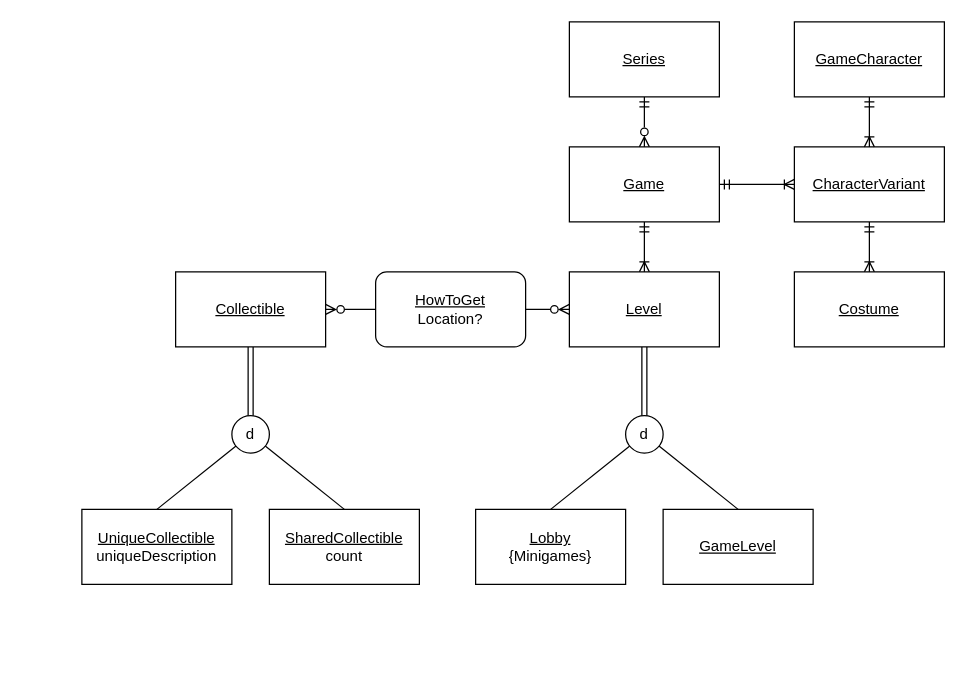
The draw.io diagram diagrams/ER diagram.drawio in Zachareee/redygg, before the edit. Source tidied: cells renumbered, new cells numbered last; positions are measured from the earlier drawing's top-left corner, leaving out a move shared by most shapes. Both pictures are drawn from the tidied source at 125%, with x=0, y=0 at pixel (81, 21).
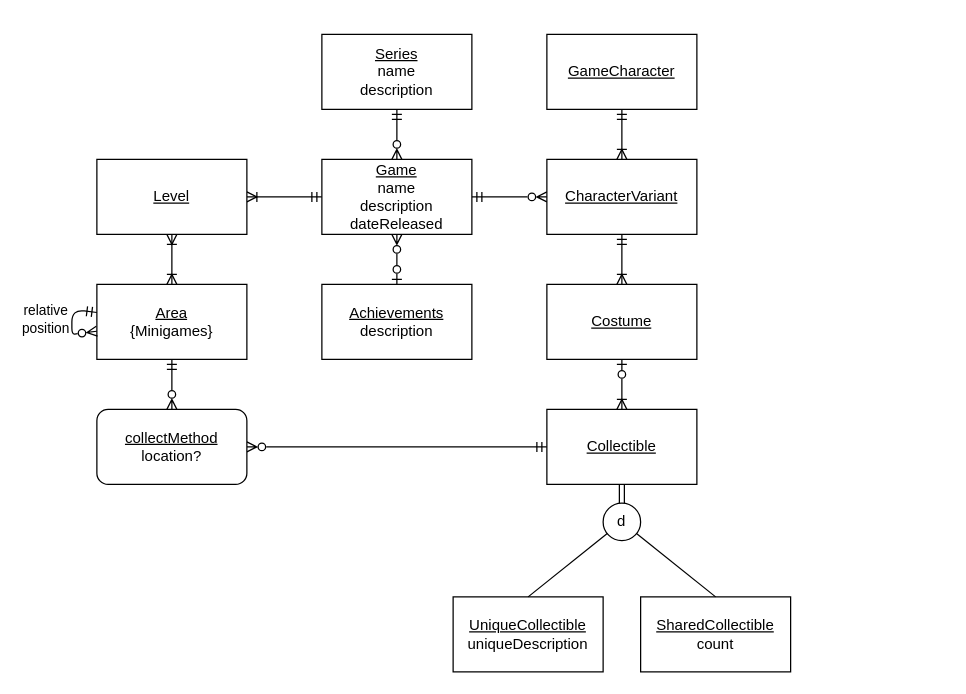
After the change.

What changed in the source:
```diff
@@
-    <mxCell id="3" value="&lt;u&gt;Series&lt;/u&gt;" style="rounded=0;whiteSpace=wrap;html=1;" parent="1" vertex="1">
-      <mxGeometry x="390" width="120" height="60" as="geometry" />
+    <mxCell id="3" value="&lt;u&gt;Series&lt;/u&gt;&lt;br&gt;name&lt;br&gt;description" style="rounded=0;whiteSpace=wrap;html=1;" parent="1" vertex="1">
+      <mxGeometry x="192" y="10" width="120" height="60" as="geometry" />
     </mxCell>
-    <mxCell id="4" style="edgeStyle=orthogonalEdgeStyle;rounded=0;jettySize=auto;html=1;startArrow=ERmandOne;startFill=0;endArrow=ERoneToMany;endFill=0;" parent="1" edge="1" source="6" target="7">
+    <mxCell id="4" style="edgeStyle=orthogonalEdgeStyle;rounded=0;jettySize=auto;html=1;startArrow=ERmandOne;startFill=0;endArrow=ERzeroToMany;endFill=0;" parent="1" edge="1" source="6" target="7">
       <mxGeometry relative="1" as="geometry" />
     </mxCell>
@@
-    <mxCell id="6" value="&lt;u&gt;Game&lt;/u&gt;" style="rounded=0;whiteSpace=wrap;html=1;" parent="1" vertex="1">
-      <mxGeometry x="390" y="100" width="120" height="60" as="geometry" />
+    <mxCell id="6" value="&lt;u&gt;Game&lt;br&gt;&lt;/u&gt;name&lt;br&gt;description&lt;br&gt;dateReleased" style="rounded=0;whiteSpace=wrap;html=1;" parent="1" vertex="1">
+      <mxGeometry x="192" y="110" width="120" height="60" as="geometry" />
     </mxCell>
     <mxCell id="7" value="&lt;u&gt;CharacterVariant&lt;/u&gt;" style="rounded=0;whiteSpace=wrap;html=1;" parent="1" vertex="1">
-      <mxGeometry x="570" y="100" width="120" height="60" as="geometry" />
+      <mxGeometry x="372" y="110" width="120" height="60" as="geometry" />
     </mxCell>
@@
     <mxCell id="9" value="&lt;u&gt;GameCharacter&lt;/u&gt;" style="rounded=0;whiteSpace=wrap;html=1;" parent="1" vertex="1">
-      <mxGeometry x="570" width="120" height="60" as="geometry" />
+      <mxGeometry x="372" y="10" width="120" height="60" as="geometry" />
     </mxCell>
-    <mxCell id="10" style="edgeStyle=orthogonalEdgeStyle;rounded=0;jettySize=auto;html=1;endArrow=none;endFill=0;shape=link;" parent="1" edge="1" source="12" target="17">
-      <mxGeometry relative="1" as="geometry" />
-    </mxCell>
-    <mxCell id="11" style="edgeStyle=orthogonalEdgeStyle;rounded=0;jettySize=auto;html=1;endArrow=ERzeroToMany;endFill=0;startArrow=none;startFill=0;" parent="1" edge="1" source="28" target="21">
-      <mxGeometry relative="1" as="geometry" />
+    <mxCell id="11" style="edgeStyle=orthogonalEdgeStyle;rounded=0;jettySize=auto;html=1;endArrow=ERmandOne;endFill=0;startArrow=ERzeroToMany;startFill=0;" parent="1" edge="1" source="28" target="21">
+      <mxGeometry relative="1" as="geometry">
+        <Array as="points">
+          <mxPoint x="252" y="340" />
+        </Array>
+      </mxGeometry>
     </mxCell>
     <mxCell id="12" value="&lt;u&gt;Level&lt;/u&gt;" style="rounded=0;whiteSpace=wrap;html=1;" parent="1" vertex="1">
-      <mxGeometry x="390" y="200" width="120" height="60" as="geometry" />
+      <mxGeometry x="12" y="110" width="120" height="60" as="geometry" />
     </mxCell>
@@
+    <mxCell id="29" style="edgeStyle=none;html=1;startArrow=ERzeroToOne;startFill=0;endArrow=ERoneToMany;endFill=0;" parent="1" edge="1" source="14" target="21">
+      <mxGeometry relative="1" as="geometry" />
+    </mxCell>
     <mxCell id="14" value="&lt;u&gt;Costume&lt;/u&gt;" style="rounded=0;whiteSpace=wrap;html=1;" parent="1" vertex="1">
-      <mxGeometry x="570" y="200" width="120" height="60" as="geometry" />
+      <mxGeometry x="372" y="210" width="120" height="60" as="geometry" />
     </mxCell>
-    <mxCell id="15" style="rounded=0;jettySize=auto;html=1;entryX=0.5;entryY=0;entryDx=0;entryDy=0;endArrow=none;endFill=0;" parent="1" edge="1" source="17" target="18">
-      <mxGeometry relative="1" as="geometry" />
-    </mxCell>
-    <mxCell id="16" style="rounded=0;jettySize=auto;html=1;entryX=0.5;entryY=0;entryDx=0;entryDy=0;endArrow=none;endFill=0;" parent="1" edge="1" source="17" target="19">
-      <mxGeometry relative="1" as="geometry" />
-    </mxCell>
-    <mxCell id="17" value="d" style="ellipse;whiteSpace=wrap;html=1;" parent="1" vertex="1">
-      <mxGeometry x="435" y="315" width="30" height="30" as="geometry" />
-    </mxCell>
-    <mxCell id="18" value="&lt;u&gt;Lobby&lt;/u&gt;&lt;br&gt;{Minigames}" style="rounded=0;whiteSpace=wrap;html=1;" parent="1" vertex="1">
-      <mxGeometry x="315" y="390" width="120" height="60" as="geometry" />
-    </mxCell>
-    <mxCell id="19" value="&lt;u&gt;GameLevel&lt;/u&gt;" style="rounded=0;whiteSpace=wrap;html=1;" parent="1" vertex="1">
-      <mxGeometry x="465" y="390" width="120" height="60" as="geometry" />
-    </mxCell>
@@
     <mxCell id="21" value="&lt;u&gt;Collectible&lt;/u&gt;" style="rounded=0;whiteSpace=wrap;html=1;" parent="1" vertex="1">
-      <mxGeometry x="75" y="200" width="120" height="60" as="geometry" />
+      <mxGeometry x="372" y="310" width="120" height="60" as="geometry" />
     </mxCell>
     <mxCell id="22" value="&lt;u&gt;UniqueCollectible&lt;/u&gt;&lt;br&gt;uniqueDescription" style="rounded=0;whiteSpace=wrap;html=1;" parent="1" vertex="1">
-      <mxGeometry y="390" width="120" height="60" as="geometry" />
+      <mxGeometry x="297" y="460" width="120" height="60" as="geometry" />
     </mxCell>
     <mxCell id="23" value="&lt;u&gt;SharedCollectible&lt;br&gt;&lt;/u&gt;count" style="rounded=0;whiteSpace=wrap;html=1;" parent="1" vertex="1">
-      <mxGeometry x="150" y="390" width="120" height="60" as="geometry" />
+      <mxGeometry x="447" y="460" width="120" height="60" as="geometry" />
     </mxCell>
@@
     <mxCell id="26" value="d" style="ellipse;whiteSpace=wrap;html=1;" parent="1" vertex="1">
-      <mxGeometry x="120" y="315" width="30" height="30" as="geometry" />
+      <mxGeometry x="417" y="385" width="30" height="30" as="geometry" />
     </mxCell>
-    <mxCell id="27" style="edgeStyle=orthogonalEdgeStyle;rounded=0;jettySize=auto;html=1;endArrow=none;endFill=0;startArrow=ERzeroToMany;startFill=0;" parent="1" edge="1" source="12" target="28">
+    <mxCell id="27" style="edgeStyle=orthogonalEdgeStyle;rounded=0;jettySize=auto;html=1;endArrow=ERzeroToMany;endFill=0;startArrow=ERmandOne;startFill=0;" parent="1" edge="1" source="31" target="28">
       <mxGeometry relative="1" as="geometry" />
     </mxCell>
-    <mxCell id="28" value="&lt;u&gt;HowToGet&lt;/u&gt;&lt;br&gt;Location?" style="rounded=1;whiteSpace=wrap;html=1;" parent="1" vertex="1">
-      <mxGeometry x="235" y="200" width="120" height="60" as="geometry" />
+    <mxCell id="28" value="&lt;u&gt;collectMethod&lt;/u&gt;&lt;br&gt;location?" style="rounded=1;whiteSpace=wrap;html=1;" parent="1" vertex="1">
+      <mxGeometry x="12" y="310" width="120" height="60" as="geometry" />
     </mxCell>
+    <mxCell id="30" style="edgeStyle=none;html=1;startArrow=ERoneToMany;startFill=0;endArrow=ERoneToMany;endFill=0;" parent="1" edge="1" source="31" target="12">
+      <mxGeometry relative="1" as="geometry" />
+    </mxCell>
+    <mxCell id="31" value="&lt;u&gt;Area&lt;/u&gt;&lt;br&gt;{Minigames}" style="rounded=0;whiteSpace=wrap;html=1;" parent="1" vertex="1">
+      <mxGeometry x="12" y="210" width="120" height="60" as="geometry" />
+    </mxCell>
+    <mxCell id="32" style="edgeStyle=none;html=1;startArrow=ERmandOne;startFill=0;endArrow=ERzeroToMany;endFill=0;" parent="1" edge="1" source="31" target="31">
+      <mxGeometry relative="1" as="geometry">
+        <Array as="points">
+          <mxPoint x="-8" y="240" />
+        </Array>
+      </mxGeometry>
+    </mxCell>
+    <mxCell id="33" value="relative&lt;br&gt;position" style="edgeLabel;html=1;align=center;verticalAlign=middle;" parent="32" vertex="1">
+      <mxGeometry x="-0.15" y="3" relative="1" as="geometry">
+        <mxPoint x="-25" y="2" as="offset" />
+      </mxGeometry>
+    </mxCell>
+    <mxCell id="34" style="edgeStyle=none;html=1;startArrow=ERzeroToOne;startFill=0;endArrow=ERzeroToMany;endFill=0;" parent="1" edge="1" source="35" target="6">
+      <mxGeometry relative="1" as="geometry" />
+    </mxCell>
+    <mxCell id="35" value="&lt;u&gt;Achievements&lt;/u&gt;&lt;br&gt;description" style="rounded=0;whiteSpace=wrap;html=1;" parent="1" vertex="1">
+      <mxGeometry x="192" y="210" width="120" height="60" as="geometry" />
+    </mxCell>
```
